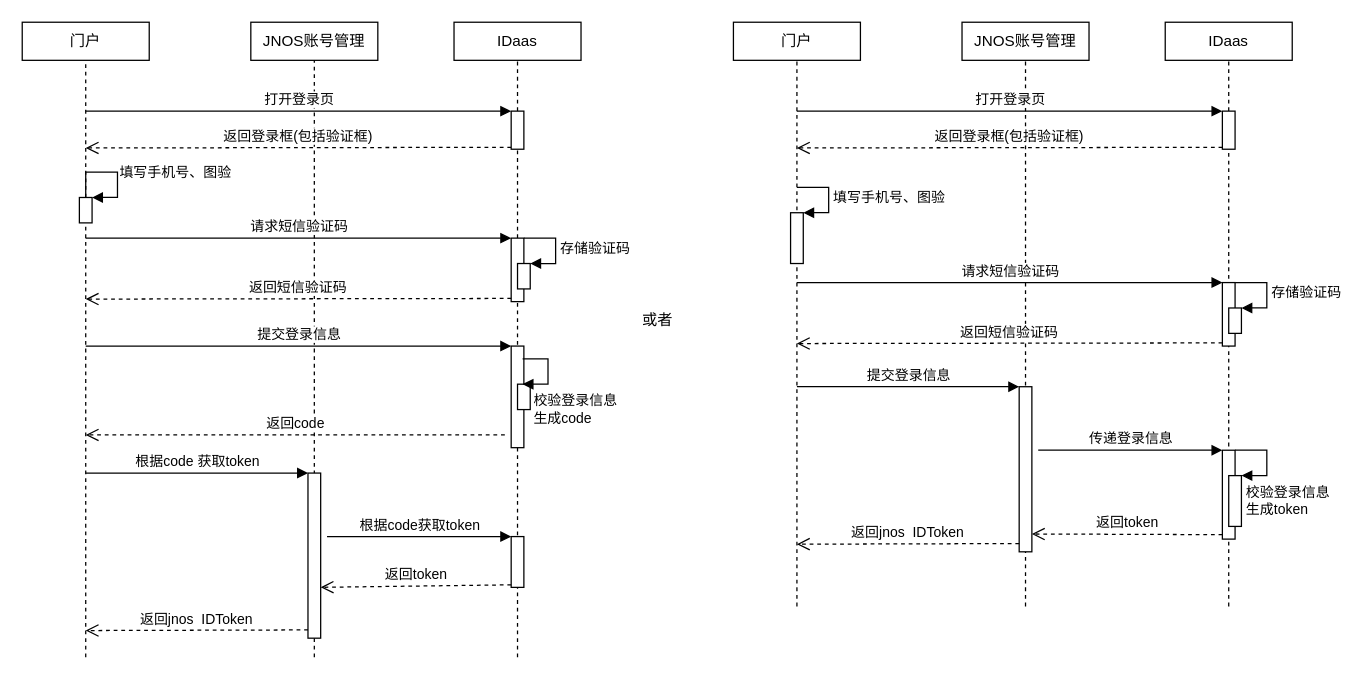
This is page "主账号手机验证码登录流程" (5 of 10) of idaas.drawio from AjaxXu/Diagram, a draw.io file, before an edit. Source tidied: cells renumbered, new cells numbered last; positions are measured from the earlier drawing's top-left corner, leaving out a move shared by most shapes. Both pictures are drawn from the tidied source at 127%, with x=0, y=0 at pixel (22, 22).
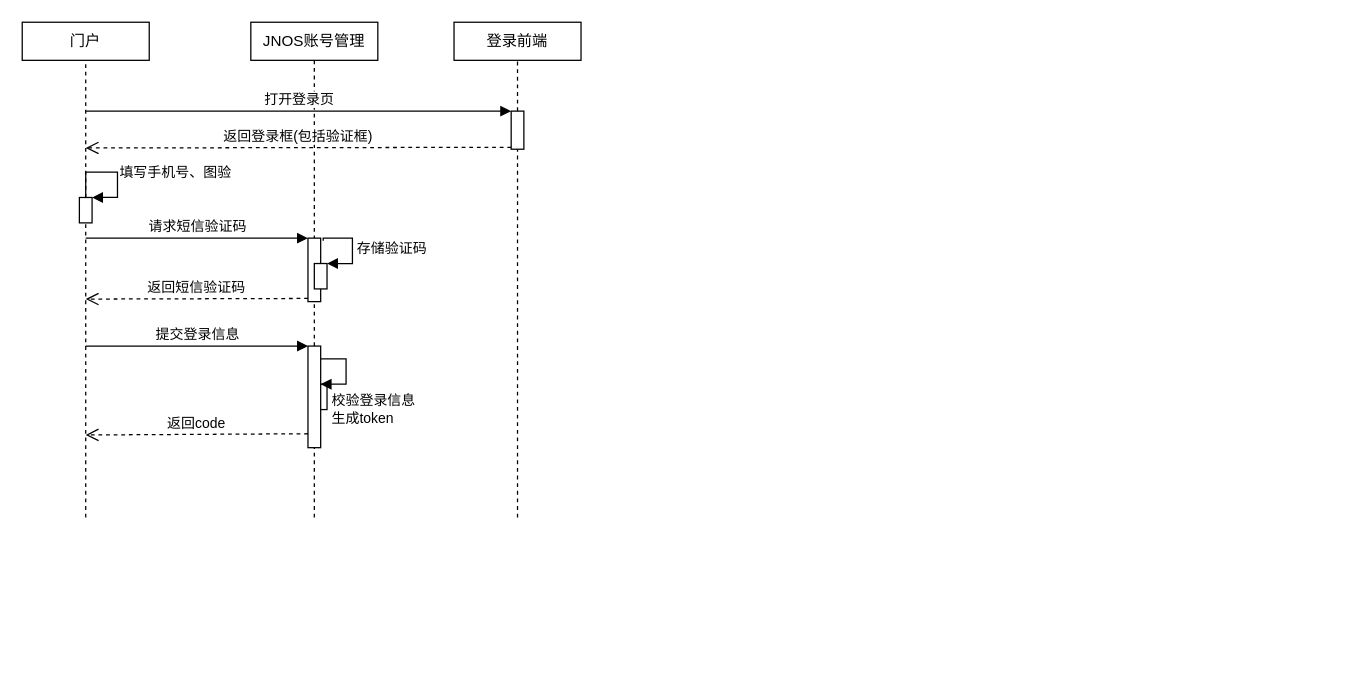
After the change.

Unchanged cells that the change refers to:
```xml
<mxCell id="4" value="JNOS账号管理" style="rounded=0;whiteSpace=wrap;html=1;" parent="1" vertex="1">
  <mxGeometry x="180" width="100" height="30" as="geometry" />
</mxCell>
<mxCell id="10" style="html=1;points=[];perimeter=orthogonalPerimeter;" parent="1" vertex="1">
  <mxGeometry x="385" y="70" width="10" height="30" as="geometry" />
</mxCell>
<mxCell id="45" style="html=1;points=[];perimeter=orthogonalPerimeter;" parent="1" vertex="1">
  <mxGeometry x="45" y="138" width="10" height="20" as="geometry" />
</mxCell>
```

The edit, as a diff of the source:
```diff
@@
-    <mxCell id="5" style="endArrow=none;dashed=1;html=1;entryX=0.5;entryY=1;entryDx=0;entryDy=0;" parent="1" edge="1" target="4">
-      <mxGeometry relative="1" as="geometry">
-        <mxPoint x="230" y="500" as="sourcePoint" />
-      </mxGeometry>
+    <mxCell id="5" style="endArrow=none;dashed=1;html=1;entryX=0.5;entryY=1;entryDx=0;entryDy=0;startArrow=none;" parent="1" edge="1" source="13" target="4">
+      <mxGeometry relative="1" as="geometry" />
     </mxCell>
-    <mxCell id="6" value="IDaas" style="rounded=0;whiteSpace=wrap;html=1;" parent="1" vertex="1">
+    <mxCell id="6" value="登录前端" style="rounded=0;whiteSpace=wrap;html=1;" parent="1" vertex="1">
       <mxGeometry x="340" width="100" height="30" as="geometry" />
     </mxCell>
@@
     <mxCell id="11" style="endArrow=none;dashed=1;html=1;entryX=0.5;entryY=1;entryDx=0;entryDy=0;" parent="1" edge="1" target="10">
       <mxGeometry relative="1" as="geometry">
-        <mxPoint x="390" y="500" as="sourcePoint" />
+        <mxPoint x="390" y="390" as="sourcePoint" />
       </mxGeometry>
     </mxCell>
@@
-    <mxCell id="13" style="html=1;points=[];perimeter=orthogonalPerimeter;" parent="1" vertex="1">
-      <mxGeometry x="385" y="255" width="10" height="80" as="geometry" />
-    </mxCell>
@@
-    <mxCell id="15" value="返回code" style="html=1;verticalAlign=bottom;endArrow=open;dashed=1;endSize=8;" parent="1" edge="1">
+    <mxCell id="15" value="返回code" style="html=1;verticalAlign=bottom;endArrow=open;dashed=1;endSize=8;exitX=0;exitY=0.863;exitDx=0;exitDy=0;exitPerimeter=0;" parent="1" edge="1" source="13">
       <mxGeometry relative="1" as="geometry">
-        <mxPoint x="380" y="325" as="sourcePoint" />
         <mxPoint x="50" y="325" as="targetPoint" />
       </mxGeometry>
     </mxCell>
     <mxCell id="16" style="html=1;perimeter=orthogonalPerimeter;" parent="1" vertex="1">
-      <mxGeometry x="390" y="285" width="10" height="20" as="geometry" />
+      <mxGeometry x="230" y="285" width="10" height="20" as="geometry" />
     </mxCell>
-    <mxCell id="17" value="校验登录信息&lt;br&gt;生成code" style="edgeStyle=orthogonalEdgeStyle;html=1;align=left;spacingLeft=2;endArrow=block;rounded=0;entryX=1;entryY=0;" parent="1" edge="1">
+    <mxCell id="17" value="校验登录信息&lt;br&gt;生成token" style="edgeStyle=orthogonalEdgeStyle;html=1;align=left;spacingLeft=2;endArrow=block;rounded=0;entryX=1;entryY=0;" parent="1" edge="1">
       <mxGeometry x="0.82" y="20" relative="1" as="geometry">
-        <mxPoint x="394" y="265" as="sourcePoint" />
-        <mxPoint x="394" y="285" as="targetPoint" />
+        <mxPoint x="235" y="265" as="sourcePoint" />
+        <mxPoint x="235" y="285" as="targetPoint" />
         <Array as="points">
-          <mxPoint x="414" y="265" />
+          <mxPoint x="255" y="265" />
         </Array>
       </mxGeometry>
     </mxCell>
-    <mxCell id="18" style="html=1;points=[];perimeter=orthogonalPerimeter;" parent="1" vertex="1">
-      <mxGeometry x="225" y="355" width="10" height="130" as="geometry" />
-    </mxCell>
-    <mxCell id="19" value="根据code 获取token" style="html=1;verticalAlign=bottom;endArrow=block;entryX=0;entryY=0;" parent="1" edge="1" target="18">
-      <mxGeometry relative="1" as="geometry">
-        <mxPoint x="50" y="355" as="sourcePoint" />
-      </mxGeometry>
-    </mxCell>
-    <mxCell id="20" value="返回jnos&amp;nbsp; IDToken" style="html=1;verticalAlign=bottom;endArrow=open;dashed=1;endSize=8;exitX=0;exitY=0.95;" parent="1" edge="1" source="18">
-      <mxGeometry relative="1" as="geometry">
-        <mxPoint x="50" y="479" as="targetPoint" />
-      </mxGeometry>
-    </mxCell>
-    <mxCell id="21" style="html=1;points=[];perimeter=orthogonalPerimeter;" parent="1" vertex="1">
-      <mxGeometry x="385" y="405" width="10" height="40" as="geometry" />
-    </mxCell>
-    <mxCell id="22" value="根据code获取token" style="html=1;verticalAlign=bottom;endArrow=block;entryX=0;entryY=0;" parent="1" edge="1" target="21">
-      <mxGeometry relative="1" as="geometry">
-        <mxPoint x="240" y="405" as="sourcePoint" />
-      </mxGeometry>
-    </mxCell>
-    <mxCell id="23" value="返回token" style="html=1;verticalAlign=bottom;endArrow=open;dashed=1;endSize=8;exitX=0;exitY=0.95;entryX=1;entryY=0.692;entryDx=0;entryDy=0;entryPerimeter=0;" parent="1" edge="1" source="21" target="18">
-      <mxGeometry relative="1" as="geometry" />
-    </mxCell>
-    <mxCell id="24" value="门户" style="rounded=0;whiteSpace=wrap;html=1;" parent="1" vertex="1">
-      <mxGeometry x="560" width="100" height="30" as="geometry" />
-    </mxCell>
-    <mxCell id="25" style="endArrow=none;dashed=1;html=1;entryX=0.5;entryY=1;entryDx=0;entryDy=0;" parent="1" edge="1" target="24">
-      <mxGeometry relative="1" as="geometry">
-        <mxPoint x="610" y="460" as="sourcePoint" />
-      </mxGeometry>
-    </mxCell>
-    <mxCell id="26" value="JNOS账号管理" style="rounded=0;whiteSpace=wrap;html=1;" parent="1" vertex="1">
-      <mxGeometry x="740" width="100" height="30" as="geometry" />
-    </mxCell>
-    <mxCell id="27" style="endArrow=none;dashed=1;html=1;entryX=0.5;entryY=1;entryDx=0;entryDy=0;" parent="1" edge="1" target="26">
-      <mxGeometry relative="1" as="geometry">
-        <mxPoint x="790" y="460" as="sourcePoint" />
-      </mxGeometry>
-    </mxCell>
-    <mxCell id="28" value="IDaas" style="rounded=0;whiteSpace=wrap;html=1;" parent="1" vertex="1">
-      <mxGeometry x="900" width="100" height="30" as="geometry" />
-    </mxCell>
-    <mxCell id="29" style="endArrow=none;dashed=1;html=1;entryX=0.5;entryY=1;entryDx=0;entryDy=0;" parent="1" edge="1" source="32" target="28">
-      <mxGeometry relative="1" as="geometry" />
-    </mxCell>
-    <mxCell id="30" value="打开登录页" style="html=1;verticalAlign=bottom;endArrow=block;entryX=0;entryY=0;" parent="1" edge="1" target="32">
-      <mxGeometry relative="1" as="geometry">
-        <mxPoint x="610" y="70" as="sourcePoint" />
-      </mxGeometry>
-    </mxCell>
-    <mxCell id="31" value="返回登录框(包括验证框)" style="html=1;verticalAlign=bottom;endArrow=open;dashed=1;endSize=8;exitX=0;exitY=0.95;" parent="1" edge="1" source="32">
-      <mxGeometry relative="1" as="geometry">
-        <mxPoint x="610" y="99" as="targetPoint" />
-      </mxGeometry>
-    </mxCell>
-    <mxCell id="32" style="html=1;points=[];perimeter=orthogonalPerimeter;" parent="1" vertex="1">
-      <mxGeometry x="945" y="70" width="10" height="30" as="geometry" />
-    </mxCell>
-    <mxCell id="33" style="endArrow=none;dashed=1;html=1;entryX=0.5;entryY=1;entryDx=0;entryDy=0;" parent="1" edge="1" target="32">
-      <mxGeometry relative="1" as="geometry">
-        <mxPoint x="950" y="460" as="sourcePoint" />
-      </mxGeometry>
-    </mxCell>
-    <mxCell id="34" style="html=1;points=[];perimeter=orthogonalPerimeter;" parent="1" vertex="1">
-      <mxGeometry x="605" y="150" width="10" height="40" as="geometry" />
-    </mxCell>
-    <mxCell id="35" value="填写手机号、图验" style="edgeStyle=orthogonalEdgeStyle;html=1;align=left;spacingLeft=2;endArrow=block;rounded=0;entryX=1;entryY=0;" parent="1" edge="1" target="34">
-      <mxGeometry relative="1" as="geometry">
-        <mxPoint x="610" y="130" as="sourcePoint" />
-        <Array as="points">
-          <mxPoint x="635" y="130" />
-        </Array>
-      </mxGeometry>
-    </mxCell>
-    <mxCell id="36" style="html=1;points=[];perimeter=orthogonalPerimeter;" parent="1" vertex="1">
-      <mxGeometry x="785" y="287" width="10" height="130" as="geometry" />
-    </mxCell>
-    <mxCell id="37" value="提交登录信息" style="html=1;verticalAlign=bottom;endArrow=block;entryX=0;entryY=0;" parent="1" edge="1" target="36">
-      <mxGeometry relative="1" as="geometry">
-        <mxPoint x="610" y="287" as="sourcePoint" />
-      </mxGeometry>
-    </mxCell>
-    <mxCell id="38" value="返回jnos&amp;nbsp; IDToken" style="html=1;verticalAlign=bottom;endArrow=open;dashed=1;endSize=8;exitX=0;exitY=0.95;" parent="1" edge="1" source="36">
-      <mxGeometry relative="1" as="geometry">
-        <mxPoint x="610" y="411" as="targetPoint" />
-      </mxGeometry>
-    </mxCell>
-    <mxCell id="39" style="html=1;points=[];perimeter=orthogonalPerimeter;" parent="1" vertex="1">
-      <mxGeometry x="945" y="337" width="10" height="70" as="geometry" />
-    </mxCell>
-    <mxCell id="40" value="传递登录信息" style="html=1;verticalAlign=bottom;endArrow=block;entryX=0;entryY=0;" parent="1" edge="1" target="39">
-      <mxGeometry relative="1" as="geometry">
-        <mxPoint x="800" y="337" as="sourcePoint" />
-      </mxGeometry>
-    </mxCell>
-    <mxCell id="41" value="返回token" style="html=1;verticalAlign=bottom;endArrow=open;dashed=1;endSize=8;exitX=0;exitY=0.95;entryX=1;entryY=0.892;entryDx=0;entryDy=0;entryPerimeter=0;" parent="1" edge="1" source="39" target="36">
-      <mxGeometry relative="1" as="geometry" />
-    </mxCell>
-    <mxCell id="42" style="html=1;points=[];perimeter=orthogonalPerimeter;" parent="1" vertex="1">
-      <mxGeometry x="950" y="357" width="10" height="40" as="geometry" />
-    </mxCell>
-    <mxCell id="43" value="校验登录信息&lt;br&gt;生成token" style="edgeStyle=orthogonalEdgeStyle;html=1;align=left;spacingLeft=2;endArrow=block;rounded=0;entryX=1;entryY=0;" parent="1" edge="1" target="42">
-      <mxGeometry x="1" y="20" relative="1" as="geometry">
-        <mxPoint x="955" y="337" as="sourcePoint" />
-        <Array as="points">
-          <mxPoint x="980" y="337" />
-        </Array>
-      </mxGeometry>
-    </mxCell>
-    <mxCell id="44" value="或者" style="text;html=1;align=center;verticalAlign=middle;" parent="1" vertex="1">
-      <mxGeometry x="480" y="225" width="40" height="20" as="geometry" />
-    </mxCell>
@@
     <mxCell id="46" style="endArrow=none;dashed=1;html=1;entryX=0.5;entryY=1;entryDx=0;entryDy=0;" parent="1" edge="1" target="45">
       <mxGeometry relative="1" as="geometry">
-        <mxPoint x="50" y="500" as="sourcePoint" />
+        <mxPoint x="50" y="390" as="sourcePoint" />
       </mxGeometry>
     </mxCell>
     <mxCell id="47" style="html=1;points=[];perimeter=orthogonalPerimeter;" parent="1" vertex="1">
-      <mxGeometry x="385" y="170" width="10" height="50" as="geometry" />
+      <mxGeometry x="225" y="170" width="10" height="50" as="geometry" />
     </mxCell>
@@
     <mxCell id="50" style="html=1;points=[];perimeter=orthogonalPerimeter;" parent="1" vertex="1">
-      <mxGeometry x="390" y="190" width="10" height="20" as="geometry" />
+      <mxGeometry x="230" y="190" width="10" height="20" as="geometry" />
     </mxCell>
-    <mxCell id="51" value="存储验证码" style="edgeStyle=orthogonalEdgeStyle;html=1;align=left;spacingLeft=2;endArrow=block;rounded=0;entryX=1;entryY=0;" parent="1" edge="1" target="50">
+    <mxCell id="51" value="存储验证码" style="edgeStyle=orthogonalEdgeStyle;html=1;align=left;spacingLeft=2;endArrow=block;rounded=0;entryX=1;entryY=0;exitX=1.2;exitY=0.04;exitDx=0;exitDy=0;exitPerimeter=0;" parent="1" edge="1" source="47" target="50">
       <mxGeometry relative="1" as="geometry">
-        <mxPoint x="395" y="170" as="sourcePoint" />
         <Array as="points">
-          <mxPoint x="420" y="170" />
+          <mxPoint x="237" y="170" />
+          <mxPoint x="260" y="170" />
+          <mxPoint x="260" y="190" />
         </Array>
       </mxGeometry>
     </mxCell>
-    <mxCell id="52" style="html=1;points=[];perimeter=orthogonalPerimeter;" parent="1" vertex="1">
-      <mxGeometry x="945" y="205" width="10" height="50" as="geometry" />
-    </mxCell>
-    <mxCell id="53" value="请求短信验证码" style="html=1;verticalAlign=bottom;endArrow=block;entryX=0;entryY=0;" parent="1" edge="1" target="52">
-      <mxGeometry relative="1" as="geometry">
-        <mxPoint x="610" y="205" as="sourcePoint" />
-      </mxGeometry>
-    </mxCell>
-    <mxCell id="54" value="返回短信验证码" style="html=1;verticalAlign=bottom;endArrow=open;dashed=1;endSize=8;exitX=0;exitY=0.95;" parent="1" edge="1" source="52">
-      <mxGeometry relative="1" as="geometry">
-        <mxPoint x="610" y="253" as="targetPoint" />
-      </mxGeometry>
-    </mxCell>
-    <mxCell id="55" style="html=1;points=[];perimeter=orthogonalPerimeter;" parent="1" vertex="1">
-      <mxGeometry x="950" y="225" width="10" height="20" as="geometry" />
-    </mxCell>
-    <mxCell id="56" value="存储验证码" style="edgeStyle=orthogonalEdgeStyle;html=1;align=left;spacingLeft=2;endArrow=block;rounded=0;entryX=1;entryY=0;" parent="1" edge="1" target="55">
-      <mxGeometry relative="1" as="geometry">
-        <mxPoint x="955" y="205" as="sourcePoint" />
-        <Array as="points">
-          <mxPoint x="980" y="205" />
-        </Array>
-      </mxGeometry>
-    </mxCell>
+    <mxCell id="13" style="html=1;points=[];perimeter=orthogonalPerimeter;" parent="1" vertex="1">
+      <mxGeometry x="225" y="255" width="10" height="80" as="geometry" />
+    </mxCell>
+    <mxCell id="57" style="endArrow=none;dashed=1;html=1;entryX=0.5;entryY=1;entryDx=0;entryDy=0;" parent="1" edge="1" target="13">
+      <mxGeometry relative="1" as="geometry">
+        <mxPoint x="230" y="390" as="sourcePoint" />
+      </mxGeometry>
+    </mxCell>
```
